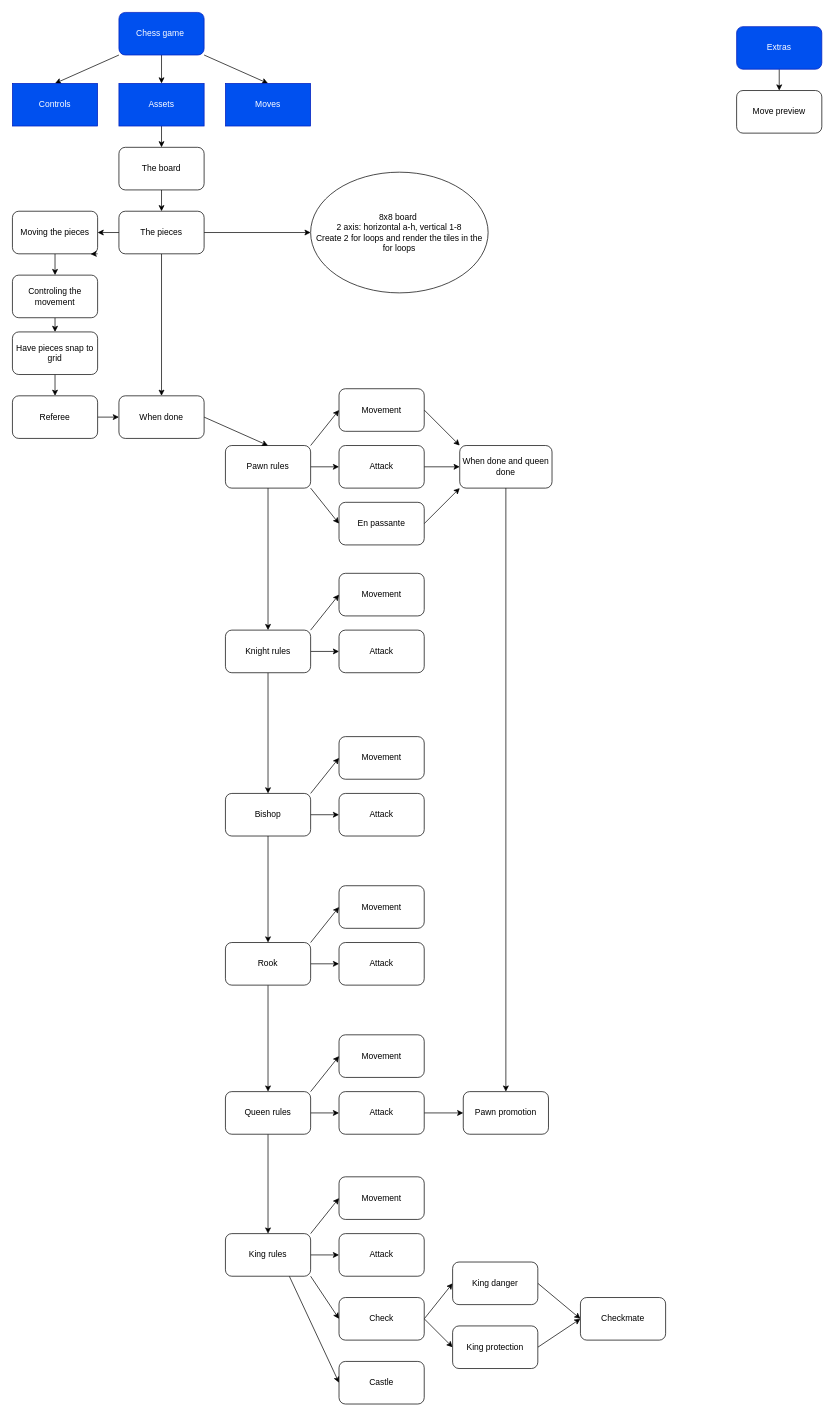
The draw.io diagram plan.drawio in StolenMango/Chess-game, before the edit. Source tidied: cells renumbered, new cells numbered last; positions are measured from the earlier drawing's top-left corner, leaving out a move shared by most shapes. Both pictures are drawn from the tidied source at 71%, with x=0, y=0 at pixel (12, 12).
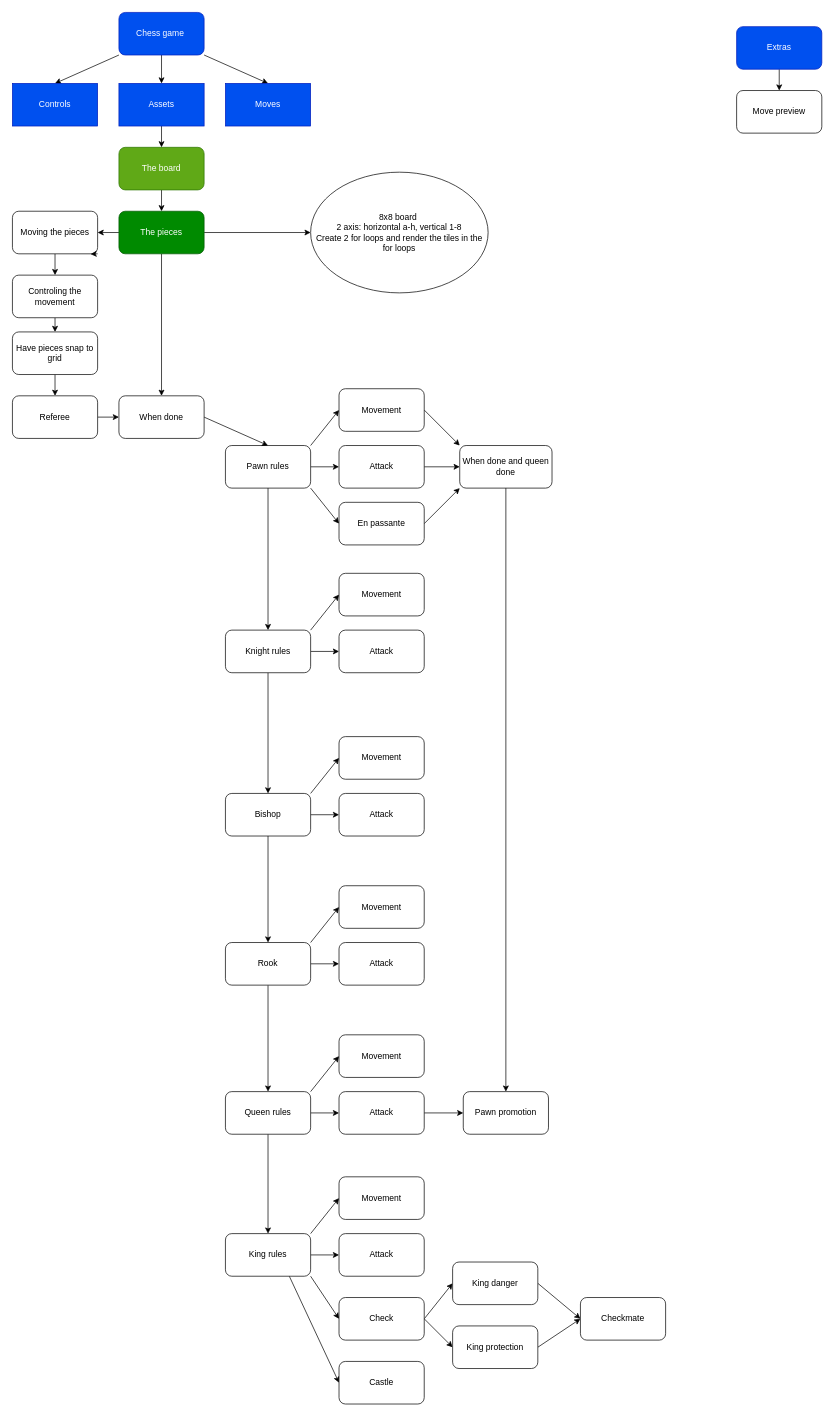
The same diagram, later.

Diff of the diagram source:
```diff
@@
-    <mxCell id="7" value="The board" style="rounded=1;whiteSpace=wrap;html=1;" parent="1" vertex="1">
+    <mxCell id="7" value="The board" style="rounded=1;whiteSpace=wrap;html=1;fillColor=#60a917;fontColor=#ffffff;strokeColor=#2D7600;" parent="1" vertex="1">
       <mxGeometry x="150" y="190" width="120" height="60" as="geometry" />
     </mxCell>
@@
-    <mxCell id="11" value="The pieces" style="rounded=1;whiteSpace=wrap;html=1;" parent="1" vertex="1">
+    <mxCell id="11" value="The pieces" style="rounded=1;whiteSpace=wrap;html=1;fillColor=#008a00;fontColor=#ffffff;strokeColor=#005700;" parent="1" vertex="1">
       <mxGeometry x="150" y="280" width="120" height="60" as="geometry" />
     </mxCell>
```
